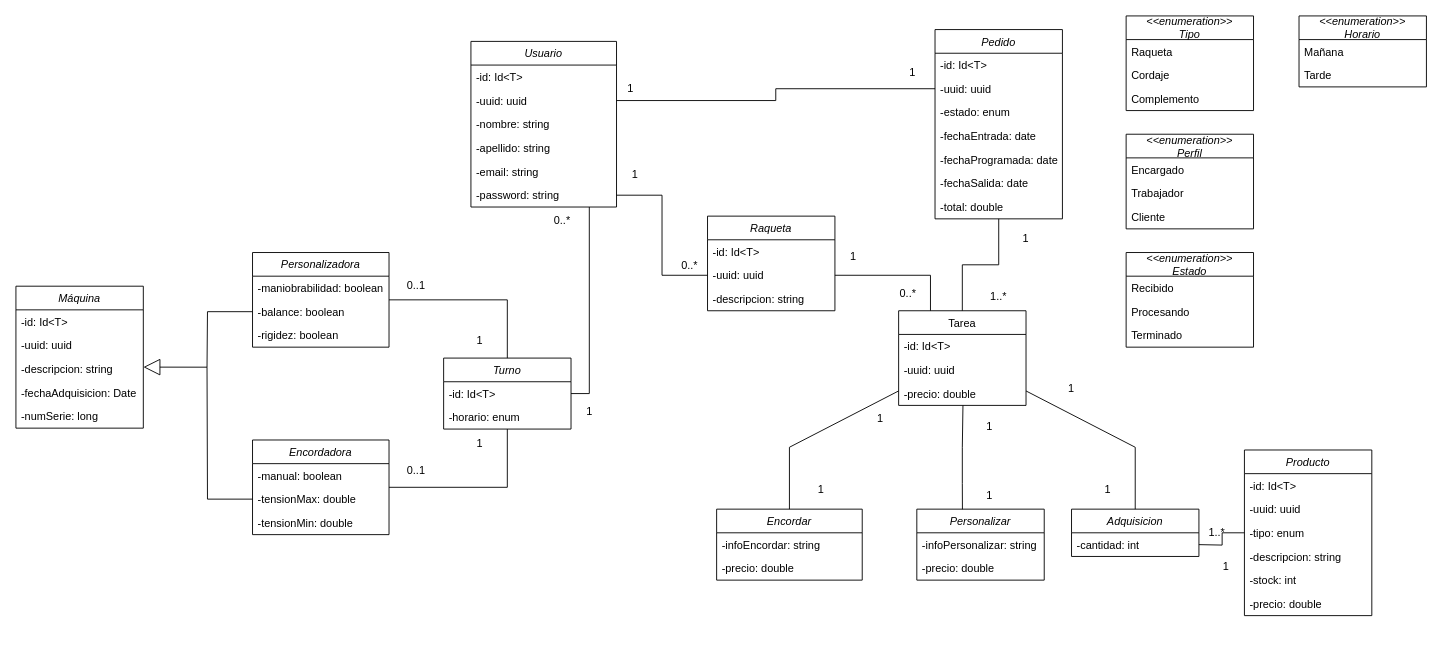
Above: image/tennisLab-Reactivo.drawio in Mario999X/tennislab-MongoDB-Reactivo (draw.io), before the change. Source tidied: cells renumbered, new cells numbered last; positions are measured from the earlier drawing's top-left corner, leaving out a move shared by most shapes. Both pictures are drawn from the tidied source at 91%, with x=0, y=0 at pixel (15, 15).
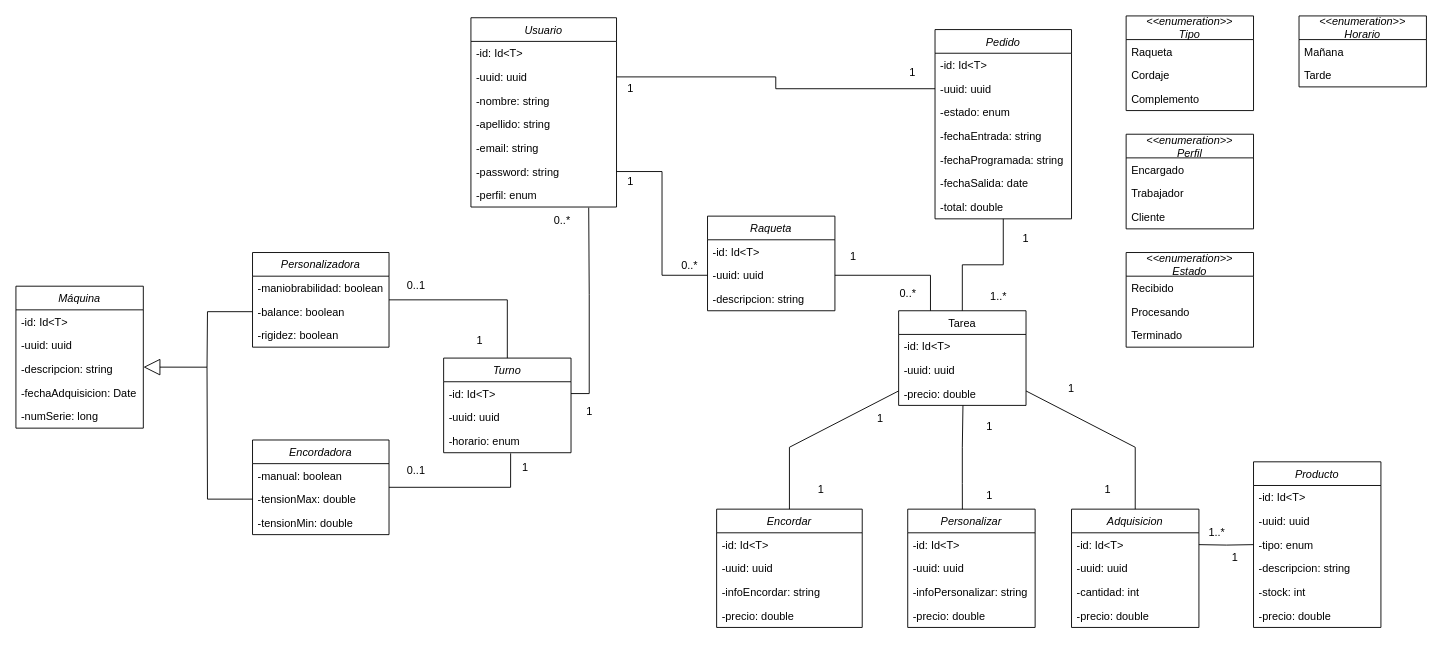
The same page after the edit.

The change refers to these unchanged cells:
```xml
<mxCell id="8" value="-password: string" style="text;align=left;verticalAlign=top;spacingLeft=4;spacingRight=4;overflow=hidden;points=[[0,0.5],[1,0.5]];portConstraint=eastwest;rounded=0;shadow=0;html=0;" parent="2" vertex="1">
  <mxGeometry y="156" width="160" height="26" as="geometry" />
</mxCell>
<mxCell id="20" value="Encordadora" style="swimlane;fontStyle=2;horizontal=1;startSize=26;fillColor=none;" parent="1" vertex="1">
  <mxGeometry x="260" y="466" width="150" height="104" as="geometry" />
</mxCell>
<mxCell id="70" value="-id: Id&lt;T&gt;" style="text;strokeColor=none;fillColor=none;align=left;verticalAlign=top;spacingLeft=4;spacingRight=4;overflow=hidden;points=[[0,0.5],[1,0.5]];portConstraint=eastwest;" parent="69" vertex="1">
  <mxGeometry y="26" width="140" height="26" as="geometry" />
</mxCell>
```

Change to the diagram source:
```diff
@@
     <mxCell id="2" value="Usuario" style="swimlane;fontStyle=2;align=center;verticalAlign=top;horizontal=1;startSize=26;rounded=0;shadow=0;strokeWidth=1;" parent="1" vertex="1">
-      <mxGeometry x="500" y="28" width="160" height="182" as="geometry" />
+      <mxGeometry x="500" y="2" width="160" height="208" as="geometry" />
     </mxCell>
@@
+    <mxCell id="109" value="-perfil: enum" style="text;align=left;verticalAlign=top;spacingLeft=4;spacingRight=4;overflow=hidden;points=[[0,0.5],[1,0.5]];portConstraint=eastwest;rounded=0;shadow=0;html=0;" parent="2" vertex="1">
+      <mxGeometry y="182" width="160" height="26" as="geometry" />
+    </mxCell>
@@
-    <mxCell id="19" style="edgeStyle=orthogonalEdgeStyle;rounded=0;jettySize=auto;html=1;endArrow=none;endFill=0;" parent="1" edge="1" source="20" target="69">
+    <mxCell id="19" style="edgeStyle=orthogonalEdgeStyle;rounded=0;jettySize=auto;html=1;endArrow=none;endFill=0;entryX=0.526;entryY=1.026;entryDx=0;entryDy=0;entryPerimeter=0;" parent="1" edge="1" source="20" target="71">
       <mxGeometry relative="1" as="geometry" />
     </mxCell>
@@
     <mxCell id="34" value="Pedido" style="swimlane;fontStyle=2;horizontal=1;startSize=26;fillColor=none;" parent="1" vertex="1">
-      <mxGeometry x="1010" y="15" width="140" height="208" as="geometry" />
+      <mxGeometry x="1010" y="15" width="150" height="208" as="geometry" />
     </mxCell>
     <mxCell id="35" value="-id: Id&lt;T&gt;" style="text;strokeColor=none;fillColor=none;align=left;verticalAlign=top;spacingLeft=4;spacingRight=4;overflow=hidden;" parent="34" vertex="1">
-      <mxGeometry y="26" width="140" height="26" as="geometry" />
+      <mxGeometry y="26" width="150" height="26" as="geometry" />
     </mxCell>
     <mxCell id="36" value="-uuid: uuid" style="text;strokeColor=none;fillColor=none;align=left;verticalAlign=top;spacingLeft=4;spacingRight=4;overflow=hidden;points=[[0,0.5],[1,0.5]];portConstraint=eastwest;" parent="34" vertex="1">
-      <mxGeometry y="52" width="140" height="26" as="geometry" />
+      <mxGeometry y="52" width="150" height="26" as="geometry" />
     </mxCell>
     <mxCell id="37" value="-estado: enum" style="text;strokeColor=none;fillColor=none;align=left;verticalAlign=top;spacingLeft=4;spacingRight=4;overflow=hidden;" parent="34" vertex="1">
-      <mxGeometry y="78" width="140" height="26" as="geometry" />
+      <mxGeometry y="78" width="150" height="26" as="geometry" />
     </mxCell>
-    <mxCell id="38" value="-fechaEntrada: date" style="text;strokeColor=none;fillColor=none;align=left;verticalAlign=top;spacingLeft=4;spacingRight=4;overflow=hidden;" parent="34" vertex="1">
-      <mxGeometry y="104" width="140" height="26" as="geometry" />
+    <mxCell id="38" value="-fechaEntrada: string" style="text;strokeColor=none;fillColor=none;align=left;verticalAlign=top;spacingLeft=4;spacingRight=4;overflow=hidden;" parent="34" vertex="1">
+      <mxGeometry y="104" width="150" height="26" as="geometry" />
     </mxCell>
-    <mxCell id="39" value="-fechaProgramada: date" style="text;strokeColor=none;fillColor=none;align=left;verticalAlign=top;spacingLeft=4;spacingRight=4;overflow=hidden;" parent="34" vertex="1">
-      <mxGeometry y="130" width="140" height="26" as="geometry" />
+    <mxCell id="39" value="-fechaProgramada: string" style="text;strokeColor=none;fillColor=none;align=left;verticalAlign=top;spacingLeft=4;spacingRight=4;overflow=hidden;" parent="34" vertex="1">
+      <mxGeometry y="130" width="150" height="26" as="geometry" />
     </mxCell>
     <mxCell id="40" value="-fechaSalida: date" style="text;strokeColor=none;fillColor=none;align=left;verticalAlign=top;spacingLeft=4;spacingRight=4;overflow=hidden;" parent="34" vertex="1">
-      <mxGeometry y="156" width="140" height="26" as="geometry" />
+      <mxGeometry y="156" width="150" height="26" as="geometry" />
     </mxCell>
     <mxCell id="41" value="-total: double" style="text;strokeColor=none;fillColor=none;align=left;verticalAlign=top;spacingLeft=4;spacingRight=4;overflow=hidden;" parent="34" vertex="1">
-      <mxGeometry y="182" width="140" height="26" as="geometry" />
+      <mxGeometry y="182" width="150" height="26" as="geometry" />
     </mxCell>
@@
     <mxCell id="46" value="Producto" style="swimlane;fontStyle=2;horizontal=1;startSize=26;fillColor=none;" parent="1" vertex="1">
-      <mxGeometry x="1350" y="477" width="140" height="182" as="geometry" />
+      <mxGeometry x="1360" y="490" width="140" height="182" as="geometry" />
     </mxCell>
@@
     <mxCell id="58" value="Encordar" style="swimlane;fontStyle=2;horizontal=1;startSize=26;fillColor=none;" parent="1" vertex="1">
-      <mxGeometry x="770" y="542" width="160" height="78" as="geometry" />
+      <mxGeometry x="770" y="542" width="160" height="130" as="geometry" />
     </mxCell>
+    <mxCell id="110" value="-id: Id&lt;T&gt;" style="text;strokeColor=none;fillColor=none;align=left;verticalAlign=top;spacingLeft=4;spacingRight=4;overflow=hidden;" parent="58" vertex="1">
+      <mxGeometry y="26" width="160" height="26" as="geometry" />
+    </mxCell>
+    <mxCell id="111" value="-uuid: uuid" style="text;strokeColor=none;fillColor=none;align=left;verticalAlign=top;spacingLeft=4;spacingRight=4;overflow=hidden;" parent="58" vertex="1">
+      <mxGeometry y="52" width="160" height="26" as="geometry" />
+    </mxCell>
     <mxCell id="59" value="-infoEncordar: string" style="text;strokeColor=none;fillColor=none;align=left;verticalAlign=top;spacingLeft=4;spacingRight=4;overflow=hidden;" parent="58" vertex="1">
-      <mxGeometry y="26" width="160" height="26" as="geometry" />
+      <mxGeometry y="78" width="160" height="26" as="geometry" />
     </mxCell>
     <mxCell id="60" value="-precio: double" style="text;strokeColor=none;fillColor=none;align=left;verticalAlign=top;spacingLeft=4;spacingRight=4;overflow=hidden;" parent="58" vertex="1">
-      <mxGeometry y="52" width="160" height="26" as="geometry" />
+      <mxGeometry y="104" width="160" height="26" as="geometry" />
     </mxCell>
-    <mxCell id="61" style="edgeStyle=none;rounded=0;jettySize=auto;html=1;exitX=0.358;exitY=0.002;exitDx=0;exitDy=0;startArrow=none;startFill=0;endArrow=none;endFill=0;endSize=10;exitPerimeter=0;" parent="1" edge="1" source="62">
+    <mxCell id="61" style="edgeStyle=none;rounded=0;jettySize=auto;html=1;exitX=0.429;exitY=0.001;exitDx=0;exitDy=0;startArrow=none;startFill=0;endArrow=none;endFill=0;endSize=10;exitPerimeter=0;" parent="1" edge="1" source="62">
       <mxGeometry relative="1" as="geometry">
         <mxPoint x="1040" y="474" as="targetPoint" />
         <Array as="points">
           <mxPoint x="1040" y="514" />
         </Array>
       </mxGeometry>
     </mxCell>
     <mxCell id="62" value="Personalizar" style="swimlane;fontStyle=2;horizontal=1;startSize=26;fillColor=none;" parent="1" vertex="1">
-      <mxGeometry x="990" y="542" width="140" height="78" as="geometry" />
+      <mxGeometry x="980" y="542" width="140" height="130" as="geometry" />
     </mxCell>
+    <mxCell id="112" value="-id: Id&lt;T&gt;" style="text;strokeColor=none;fillColor=none;align=left;verticalAlign=top;spacingLeft=4;spacingRight=4;overflow=hidden;" parent="62" vertex="1">
+      <mxGeometry y="26" width="140" height="26" as="geometry" />
+    </mxCell>
+    <mxCell id="113" value="-uuid: uuid" style="text;strokeColor=none;fillColor=none;align=left;verticalAlign=top;spacingLeft=4;spacingRight=4;overflow=hidden;" parent="62" vertex="1">
+      <mxGeometry y="52" width="140" height="26" as="geometry" />
+    </mxCell>
     <mxCell id="63" value="-infoPersonalizar: string" style="text;strokeColor=none;fillColor=none;align=left;verticalAlign=top;spacingLeft=4;spacingRight=4;overflow=hidden;" parent="62" vertex="1">
-      <mxGeometry y="26" width="140" height="26" as="geometry" />
+      <mxGeometry y="78" width="140" height="26" as="geometry" />
     </mxCell>
     <mxCell id="64" value="-precio: double" style="text;strokeColor=none;fillColor=none;align=left;verticalAlign=top;spacingLeft=4;spacingRight=4;overflow=hidden;" parent="62" vertex="1">
-      <mxGeometry y="52" width="140" height="26" as="geometry" />
+      <mxGeometry y="104" width="140" height="26" as="geometry" />
     </mxCell>
@@
     <mxCell id="66" value="Adquisicion" style="swimlane;fontStyle=2;horizontal=1;startSize=26;fillColor=none;" parent="1" vertex="1">
-      <mxGeometry x="1160" y="542" width="140" height="52" as="geometry" />
+      <mxGeometry x="1160" y="542" width="140" height="130" as="geometry" />
     </mxCell>
+    <mxCell id="114" value="-id: Id&lt;T&gt;" style="text;strokeColor=none;fillColor=none;align=left;verticalAlign=top;spacingLeft=4;spacingRight=4;overflow=hidden;" parent="66" vertex="1">
+      <mxGeometry y="26" width="140" height="26" as="geometry" />
+    </mxCell>
+    <mxCell id="115" value="-uuid: uuid" style="text;strokeColor=none;fillColor=none;align=left;verticalAlign=top;spacingLeft=4;spacingRight=4;overflow=hidden;" parent="66" vertex="1">
+      <mxGeometry y="52" width="140" height="26" as="geometry" />
+    </mxCell>
     <mxCell id="67" value="-cantidad: int" style="text;strokeColor=none;fillColor=none;align=left;verticalAlign=top;spacingLeft=4;spacingRight=4;overflow=hidden;" parent="66" vertex="1">
-      <mxGeometry y="26" width="140" height="26" as="geometry" />
+      <mxGeometry y="78" width="140" height="26" as="geometry" />
     </mxCell>
+    <mxCell id="116" value="-precio: double" style="text;strokeColor=none;fillColor=none;align=left;verticalAlign=top;spacingLeft=4;spacingRight=4;overflow=hidden;" parent="66" vertex="1">
+      <mxGeometry y="104" width="140" height="26" as="geometry" />
+    </mxCell>
@@
     <mxCell id="69" value="Turno" style="swimlane;fontStyle=2;horizontal=1;startSize=26;fillColor=none;" parent="1" vertex="1">
-      <mxGeometry x="470" y="376" width="140" height="78" as="geometry" />
+      <mxGeometry x="470" y="376" width="140" height="104" as="geometry" />
     </mxCell>
@@
+    <mxCell id="117" value="-uuid: uuid" style="text;strokeColor=none;fillColor=none;align=left;verticalAlign=top;spacingLeft=4;spacingRight=4;overflow=hidden;" parent="69" vertex="1">
+      <mxGeometry y="52" width="140" height="26" as="geometry" />
+    </mxCell>
     <mxCell id="71" value="-horario: enum" style="text;strokeColor=none;fillColor=none;align=left;verticalAlign=top;spacingLeft=4;spacingRight=4;overflow=hidden;points=[[0,0.5],[1,0.5]];portConstraint=eastwest;" parent="69" vertex="1">
-      <mxGeometry y="52" width="140" height="26" as="geometry" />
+      <mxGeometry y="78" width="140" height="26" as="geometry" />
     </mxCell>
@@
     <mxCell id="86" value="1" style="text;html=1;strokeColor=none;fillColor=none;align=center;verticalAlign=middle;whiteSpace=wrap;rounded=0;" parent="1" vertex="1">
-      <mxGeometry x="480" y="455" width="60" height="30" as="geometry" />
+      <mxGeometry x="530" y="482" width="60" height="30" as="geometry" />
     </mxCell>
@@
     <mxCell id="96" value="1" style="text;html=1;strokeColor=none;fillColor=none;align=center;verticalAlign=middle;whiteSpace=wrap;rounded=0;" parent="1" vertex="1">
-      <mxGeometry x="1310" y="594" width="40" height="21" as="geometry" />
+      <mxGeometry x="1320" y="585" width="40" height="21" as="geometry" />
     </mxCell>
@@
-    <mxCell id="100" style="edgeStyle=orthogonalEdgeStyle;rounded=0;jettySize=auto;html=1;exitX=1;exitY=0.5;exitDx=0;exitDy=0;entryX=0.813;entryY=1;entryDx=0;entryDy=0;entryPerimeter=0;endArrow=none;endFill=0;" parent="1" edge="1" source="70" target="8">
+    <mxCell id="100" style="edgeStyle=orthogonalEdgeStyle;rounded=0;jettySize=auto;html=1;exitX=1;exitY=0.5;exitDx=0;exitDy=0;endArrow=none;endFill=0;entryX=0.809;entryY=1.026;entryDx=0;entryDy=0;entryPerimeter=0;" parent="1" edge="1" source="70" target="109">
       <mxGeometry relative="1" as="geometry" />
     </mxCell>
@@
     <mxCell id="104" value="1" style="text;html=1;align=center;verticalAlign=middle;strokeColor=none;fillColor=none;" parent="1" vertex="1">
-      <mxGeometry x="665" y="160" width="30" height="30" as="geometry" />
+      <mxGeometry x="660" y="167" width="30" height="30" as="geometry" />
     </mxCell>
@@
+    <mxCell id="118" style="edgeStyle=orthogonalEdgeStyle;rounded=0;orthogonalLoop=1;jettySize=auto;html=1;exitX=0.5;exitY=1;exitDx=0;exitDy=0;" parent="1" edge="1" source="96" target="96">
+      <mxGeometry relative="1" as="geometry" />
+    </mxCell>
```
